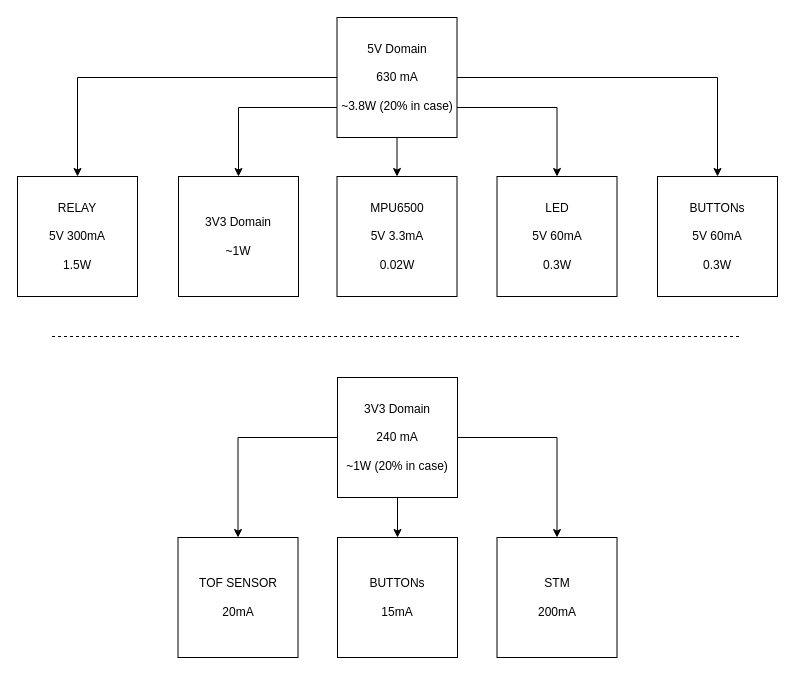
Earlier version of the draw.io diagram DOCUMENTATION/Power.drawio (vpodlesnyi/Gastroscopy-CutController). Source tidied: cells renumbered, new cells numbered last; positions are measured from the earlier drawing's top-left corner, leaving out a move shared by most shapes. Both pictures are drawn from the tidied source at 100%, with x=0, y=0 at pixel (17, 17).
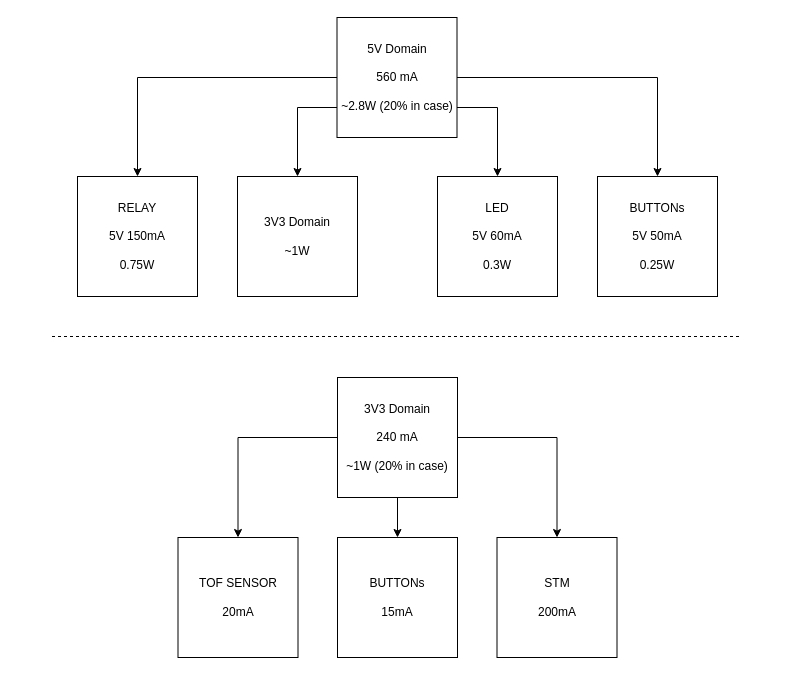
After the change.

What changed in the source:
```diff
@@
-    <mxCell id="2" value="RELAY&lt;br&gt;&lt;br&gt;5V 300mA&lt;br&gt;&lt;br&gt;1.5W" style="rounded=0;whiteSpace=wrap;html=1;" parent="1" vertex="1">
-      <mxGeometry y="159" width="120" height="120" as="geometry" />
+    <mxCell id="2" value="RELAY&lt;br&gt;&lt;br&gt;5V 150mA&lt;br&gt;&lt;br&gt;0.75W" style="rounded=0;whiteSpace=wrap;html=1;" parent="1" vertex="1">
+      <mxGeometry x="60" y="159" width="120" height="120" as="geometry" />
     </mxCell>
-    <mxCell id="3" value="BUTTONs&lt;br&gt;&lt;br&gt;5V 60mA&lt;br&gt;&lt;br&gt;0.3W" style="rounded=0;whiteSpace=wrap;html=1;" parent="1" vertex="1">
-      <mxGeometry x="640" y="159" width="120" height="120" as="geometry" />
+    <mxCell id="3" value="BUTTONs&lt;br&gt;&lt;br&gt;5V 50mA&lt;br&gt;&lt;br&gt;0.25W" style="rounded=0;whiteSpace=wrap;html=1;" parent="1" vertex="1">
+      <mxGeometry x="580" y="159" width="120" height="120" as="geometry" />
     </mxCell>
@@
-    <mxCell id="13" style="edgeStyle=orthogonalEdgeStyle;rounded=0;jettySize=auto;html=1;exitX=0.5;exitY=1;exitDx=0;exitDy=0;entryX=0.5;entryY=0;entryDx=0;entryDy=0;" parent="1" edge="1" source="16" target="19">
-      <mxGeometry relative="1" as="geometry" />
-    </mxCell>
@@
-    <mxCell id="16" value="5V Domain&lt;br&gt;&lt;br&gt;630 mA&lt;br&gt;&lt;br&gt;~3.8W (20% in case)" style="rounded=0;whiteSpace=wrap;html=1;" parent="1" vertex="1">
+    <mxCell id="16" value="5V Domain&lt;br&gt;&lt;br&gt;560 mA&lt;br&gt;&lt;br&gt;~2.8W (20% in case)" style="rounded=0;whiteSpace=wrap;html=1;" parent="1" vertex="1">
       <mxGeometry x="319.5" width="120" height="120" as="geometry" />
     </mxCell>
     <mxCell id="17" value="3V3 Domain&lt;br&gt;&lt;br&gt;~1W" style="rounded=0;whiteSpace=wrap;html=1;" parent="1" vertex="1">
-      <mxGeometry x="161" y="159" width="120" height="120" as="geometry" />
+      <mxGeometry x="220" y="159" width="120" height="120" as="geometry" />
     </mxCell>
@@
-    <mxCell id="19" value="MPU6500&lt;br&gt;&lt;br&gt;5V 3.3mA&lt;br&gt;&lt;br&gt;0.02W" style="rounded=0;whiteSpace=wrap;html=1;" parent="1" vertex="1">
-      <mxGeometry x="319.5" y="159" width="120" height="120" as="geometry" />
-    </mxCell>
     <mxCell id="20" value="LED&lt;br&gt;&lt;br&gt;5V 60mA&lt;br&gt;&lt;br&gt;0.3W" style="rounded=0;whiteSpace=wrap;html=1;" parent="1" vertex="1">
-      <mxGeometry x="479.5" y="159" width="120" height="120" as="geometry" />
+      <mxGeometry x="420" y="159" width="120" height="120" as="geometry" />
     </mxCell>
```
